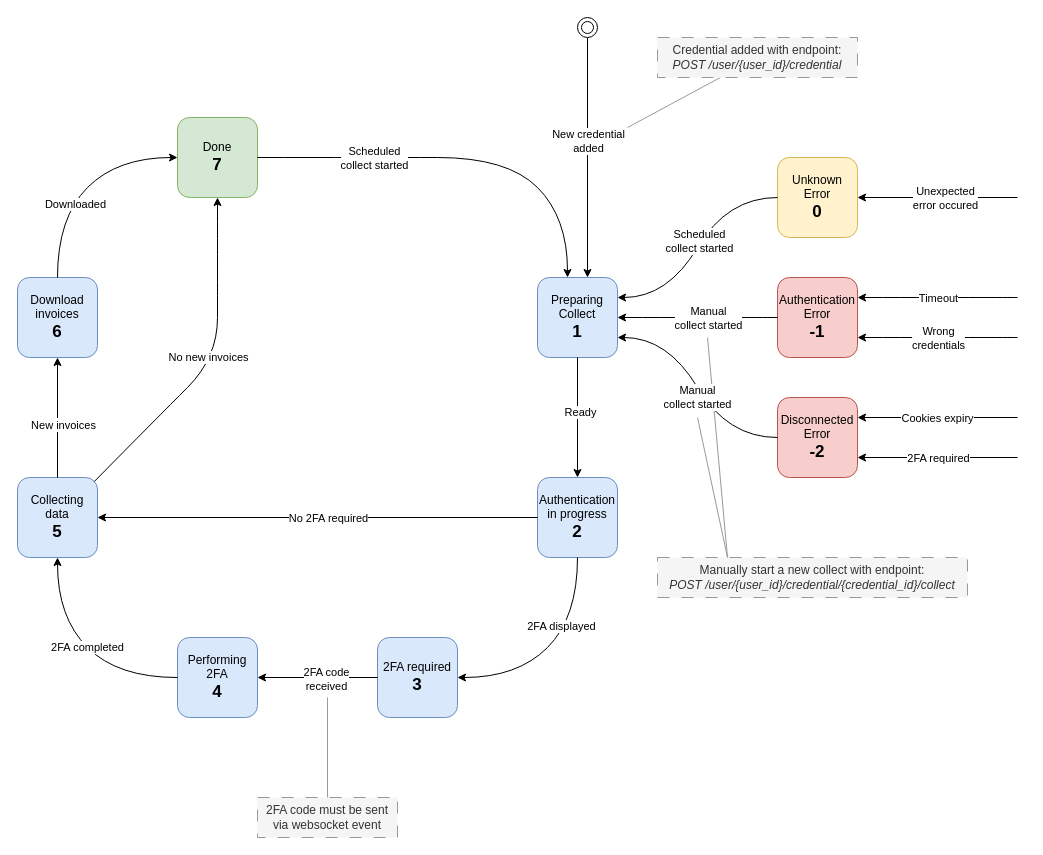
The draw.io diagram docs/diagrams/state_diagram.drawio in invoice-collector/website, before the edit. Source tidied: cells renumbered, new cells numbered last; positions are measured from the earlier drawing's top-left corner, leaving out a move shared by most shapes. Both pictures are drawn from the tidied source at 100%, with x=0, y=0 at pixel (17, 17).
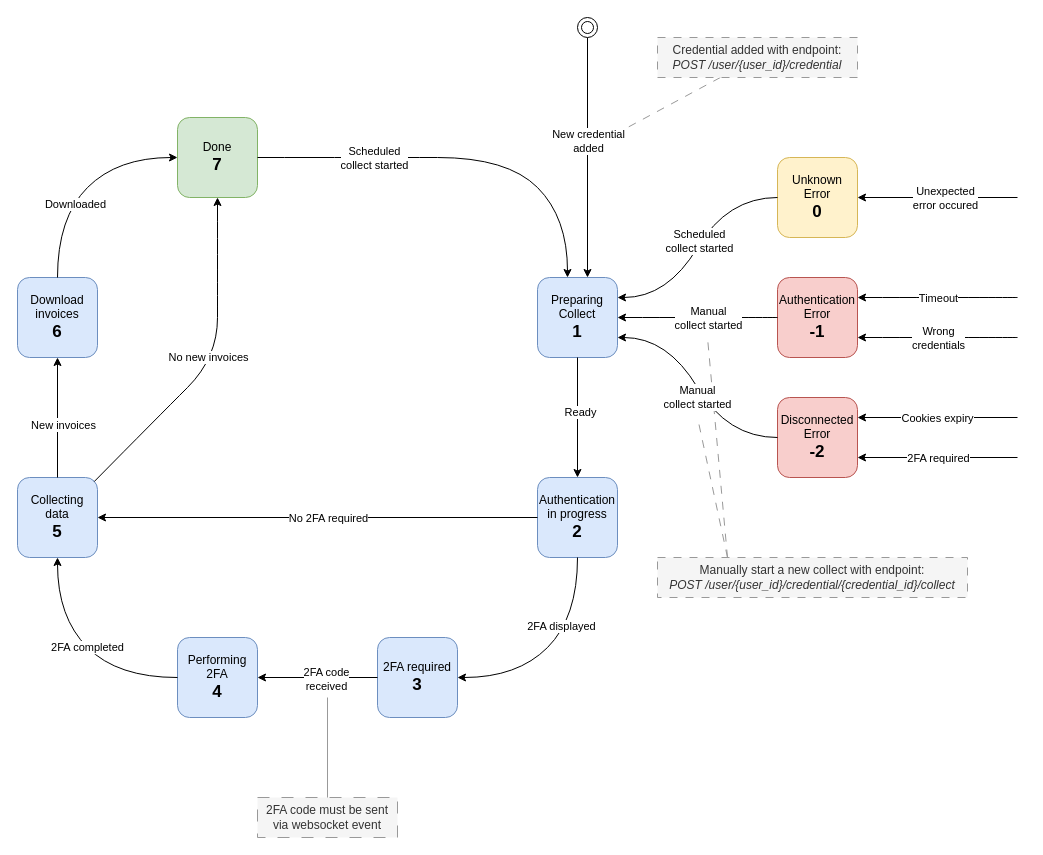
After the change.

The edit, as a diff of the source:
```diff
@@
-    <mxCell id="2" style="edgeStyle=none;html=1;endArrow=none;endFill=0;strokeColor=#999999;" parent="1" edge="1">
+    <mxCell id="2" style="edgeStyle=none;html=1;endArrow=none;endFill=0;strokeColor=#999999;dashed=1;dashPattern=8 8;" parent="1" edge="1">
       <mxGeometry relative="1" as="geometry">
         <mxPoint x="710" y="540" as="sourcePoint" />
         <mxPoint x="690" y="320" as="targetPoint" />
       </mxGeometry>
     </mxCell>
@@
-    <mxCell id="51" style="edgeStyle=none;html=1;endArrow=none;endFill=0;strokeColor=#999999;" parent="1" edge="1" source="52">
+    <mxCell id="51" style="edgeStyle=none;html=1;endArrow=none;endFill=0;strokeColor=#999999;dashed=1;dashPattern=8 8;" parent="1" edge="1" source="52">
       <mxGeometry relative="1" as="geometry">
         <mxPoint x="610" y="110" as="targetPoint" />
       </mxGeometry>
     </mxCell>
-    <mxCell id="52" value="&lt;div&gt;Credential added with endpoint:&lt;/div&gt;&lt;i&gt;POST /user/{user_id}/credential&lt;/i&gt;" style="whiteSpace=wrap;html=1;fillColor=#f5f5f5;fontColor=#333333;strokeColor=#999999;dashed=1;dashPattern=12 12;align=center;spacingLeft=0;" parent="1" vertex="1">
+    <mxCell id="52" value="&lt;div&gt;Credential added with endpoint:&lt;/div&gt;&lt;i&gt;POST /user/{user_id}/credential&lt;/i&gt;" style="whiteSpace=wrap;html=1;fillColor=#f5f5f5;fontColor=#333333;strokeColor=#999999;dashed=1;dashPattern=8 8;align=center;spacingLeft=0;" parent="1" vertex="1">
       <mxGeometry x="640" y="20" width="200" height="40" as="geometry" />
     </mxCell>
-    <mxCell id="53" value="&lt;div&gt;Manually start a new collect with endpoint:&lt;/div&gt;&lt;i&gt;POST /user/{user_id}/credential/{credential_id}/collect&lt;/i&gt;" style="whiteSpace=wrap;html=1;fillColor=#f5f5f5;fontColor=#333333;strokeColor=#999999;dashed=1;dashPattern=12 12;align=center;spacingLeft=0;" parent="1" vertex="1">
+    <mxCell id="53" value="&lt;div&gt;Manually start a new collect with endpoint:&lt;/div&gt;&lt;i&gt;POST /user/{user_id}/credential/{credential_id}/collect&lt;/i&gt;" style="whiteSpace=wrap;html=1;fillColor=#f5f5f5;fontColor=#333333;strokeColor=#999999;dashed=1;align=center;spacingLeft=0;dashPattern=8 8;" parent="1" vertex="1">
       <mxGeometry x="640" y="540" width="310" height="40" as="geometry" />
     </mxCell>
-    <mxCell id="54" style="edgeStyle=none;html=1;endArrow=none;endFill=0;strokeColor=#999999;" parent="1" edge="1">
+    <mxCell id="54" style="edgeStyle=none;html=1;endArrow=none;endFill=0;strokeColor=#999999;dashed=1;dashPattern=8 8;" parent="1" edge="1">
       <mxGeometry relative="1" as="geometry">
         <mxPoint x="710" y="540" as="sourcePoint" />
         <mxPoint x="680" y="400" as="targetPoint" />
       </mxGeometry>
     </mxCell>
```
